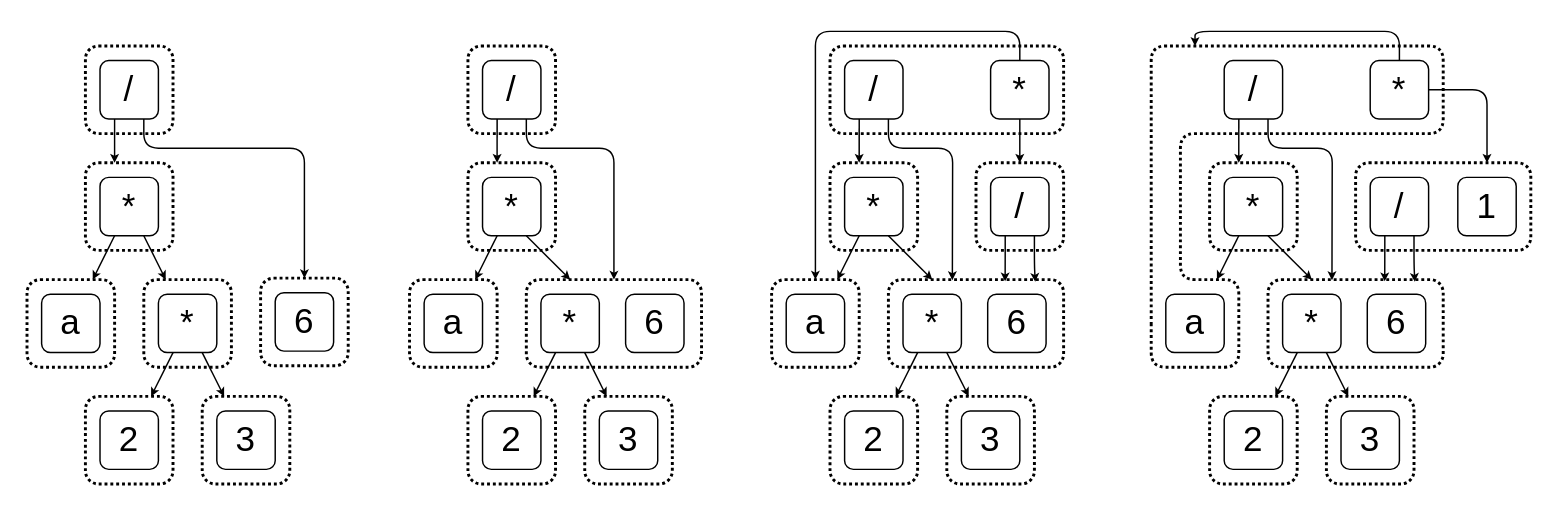
Earlier version of the draw.io diagram paper/egraphs.drawio (JuliaSymbolics/Metatheory.jl). Source tidied: cells renumbered, new cells numbered last; positions are measured from the earlier drawing's top-left corner, leaving out a move shared by most shapes. Both pictures are drawn from the tidied source at 146%, with x=0, y=0 at pixel (26, 31).
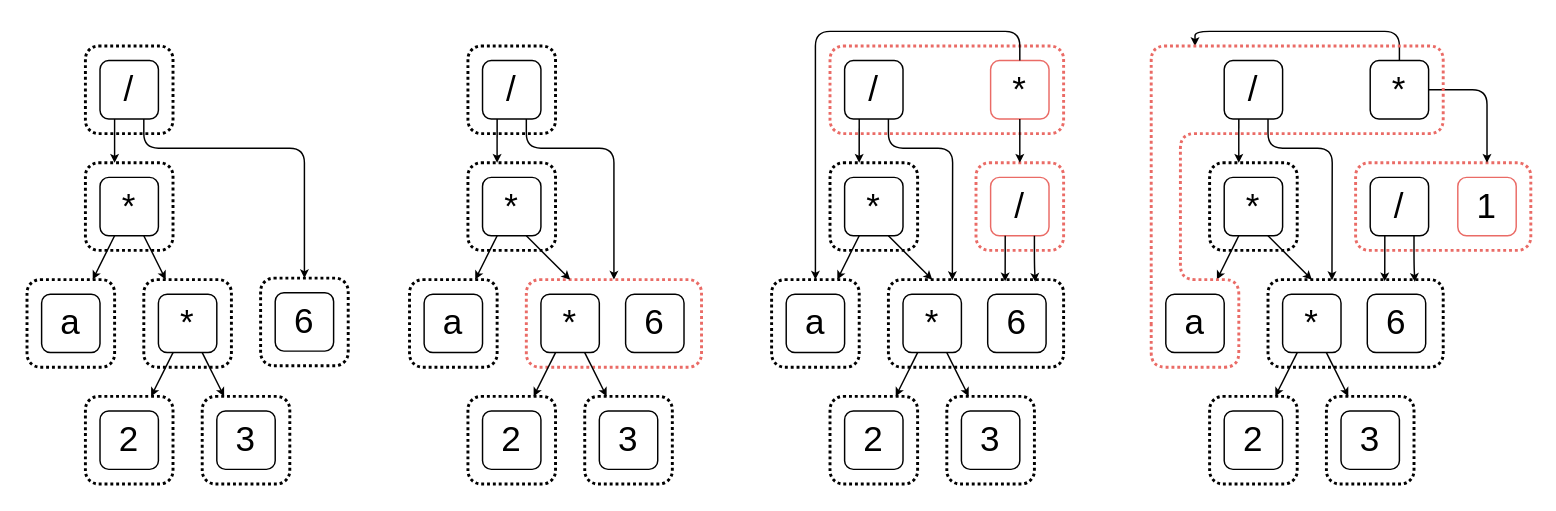
After the change.

The change refers to these unchanged cells:
```xml
<mxCell id="23" style="group;" parent="1" vertex="1">
  <mxGeometry x="282" y="10" width="220" height="230" as="geometry" />
</mxCell>
<mxCell id="43" style="group;" parent="1" vertex="1">
  <mxGeometry x="510" y="10" width="220" height="230" as="geometry" />
</mxCell>
<mxCell id="70" style="group;" parent="1" vertex="1">
  <mxGeometry x="770" y="10" width="260" height="230" as="geometry" />
</mxCell>
```

Change to the diagram source:
```diff
@@
-    <mxCell id="25" style="rounded=1;whiteSpace=wrap;html=1;fillColor=none;dashed=1;dashPattern=1 1;strokeWidth=2;" parent="23" vertex="1">
+    <mxCell id="25" style="rounded=1;whiteSpace=wrap;html=1;fillColor=none;dashed=1;dashPattern=1 1;strokeWidth=2;strokeColor=#EA6B66;" parent="23" vertex="1">
       <mxGeometry x="60" y="160" width="120" height="60" as="geometry" />
     </mxCell>
@@
-    <mxCell id="46" style="rounded=1;whiteSpace=wrap;html=1;fillColor=none;dashed=1;dashPattern=1 1;strokeWidth=2;" parent="43" vertex="1">
+    <mxCell id="46" style="rounded=1;whiteSpace=wrap;html=1;fillColor=none;dashed=1;dashPattern=1 1;strokeWidth=2;strokeColor=#EA6B66;" parent="43" vertex="1">
       <mxGeometry x="40" width="160" height="60" as="geometry" />
     </mxCell>
@@
-    <mxCell id="57" value="*" style="rounded=1;whiteSpace=wrap;html=1;fontSize=24;verticalAlign=middle;" parent="43" vertex="1">
+    <mxCell id="57" value="*" style="rounded=1;whiteSpace=wrap;html=1;fontSize=24;verticalAlign=middle;strokeColor=#EA6B66;" parent="43" vertex="1">
       <mxGeometry x="150" y="10" width="40" height="40" as="geometry" />
     </mxCell>
@@
-    <mxCell id="59" style="rounded=1;whiteSpace=wrap;html=1;fillColor=none;dashed=1;dashPattern=1 1;strokeWidth=2;" parent="43" vertex="1">
+    <mxCell id="59" style="rounded=1;whiteSpace=wrap;html=1;fillColor=none;dashed=1;dashPattern=1 1;strokeWidth=2;strokeColor=#EA6B66;" parent="43" vertex="1">
       <mxGeometry x="140" y="80" width="60" height="60" as="geometry" />
     </mxCell>
-    <mxCell id="60" value="&lt;font style=&quot;font-size: 24px;&quot;&gt;/&lt;/font&gt;" style="rounded=1;whiteSpace=wrap;html=1;fontSize=24;verticalAlign=middle;" parent="43" vertex="1">
+    <mxCell id="60" value="&lt;font style=&quot;font-size: 24px;&quot;&gt;/&lt;/font&gt;" style="rounded=1;whiteSpace=wrap;html=1;fontSize=24;verticalAlign=middle;strokeColor=#EA6B66;" parent="43" vertex="1">
       <mxGeometry x="150" y="90" width="40" height="40" as="geometry" />
     </mxCell>
@@
-    <mxCell id="84" style="rounded=1;whiteSpace=wrap;html=1;fillColor=none;dashed=1;dashPattern=1 1;strokeWidth=2;" parent="70" vertex="1">
+    <mxCell id="84" style="rounded=1;whiteSpace=wrap;html=1;fillColor=none;dashed=1;dashPattern=1 1;strokeWidth=2;strokeColor=#EA6B66;" parent="70" vertex="1">
       <mxGeometry x="140" y="80" width="120" height="60" as="geometry" />
     </mxCell>
@@
-    <mxCell id="89" style="endArrow=none;html=1;dashed=1;strokeWidth=2;dashPattern=1 1;" parent="70" edge="1">
+    <mxCell id="89" style="endArrow=none;html=1;dashed=1;strokeWidth=2;dashPattern=1 1;strokeColor=#EA6B66;" parent="70" edge="1">
       <mxGeometry relative="1" as="geometry">
         <mxPoint y="190" as="sourcePoint" />
         <mxPoint y="190" as="targetPoint" />
         <Array as="points">
           <mxPoint y="220" />
           <mxPoint x="60" y="220" />
           <mxPoint x="60" y="160" />
           <mxPoint x="20" y="160" />
           <mxPoint x="20" y="60" />
           <mxPoint x="200" y="60" />
           <mxPoint x="200" />
           <mxPoint />
         </Array>
       </mxGeometry>
     </mxCell>
@@
-    <mxCell id="96" value="&lt;font style=&quot;font-size: 24px&quot;&gt;1&lt;/font&gt;" style="rounded=1;whiteSpace=wrap;html=1;fontSize=24;verticalAlign=middle;" parent="1" vertex="1">
+    <mxCell id="96" value="&lt;font style=&quot;font-size: 24px&quot;&gt;1&lt;/font&gt;" style="rounded=1;whiteSpace=wrap;html=1;fontSize=24;verticalAlign=middle;strokeColor=#EA6B66;" parent="1" vertex="1">
       <mxGeometry x="980" y="100" width="40" height="40" as="geometry" />
     </mxCell>
```
